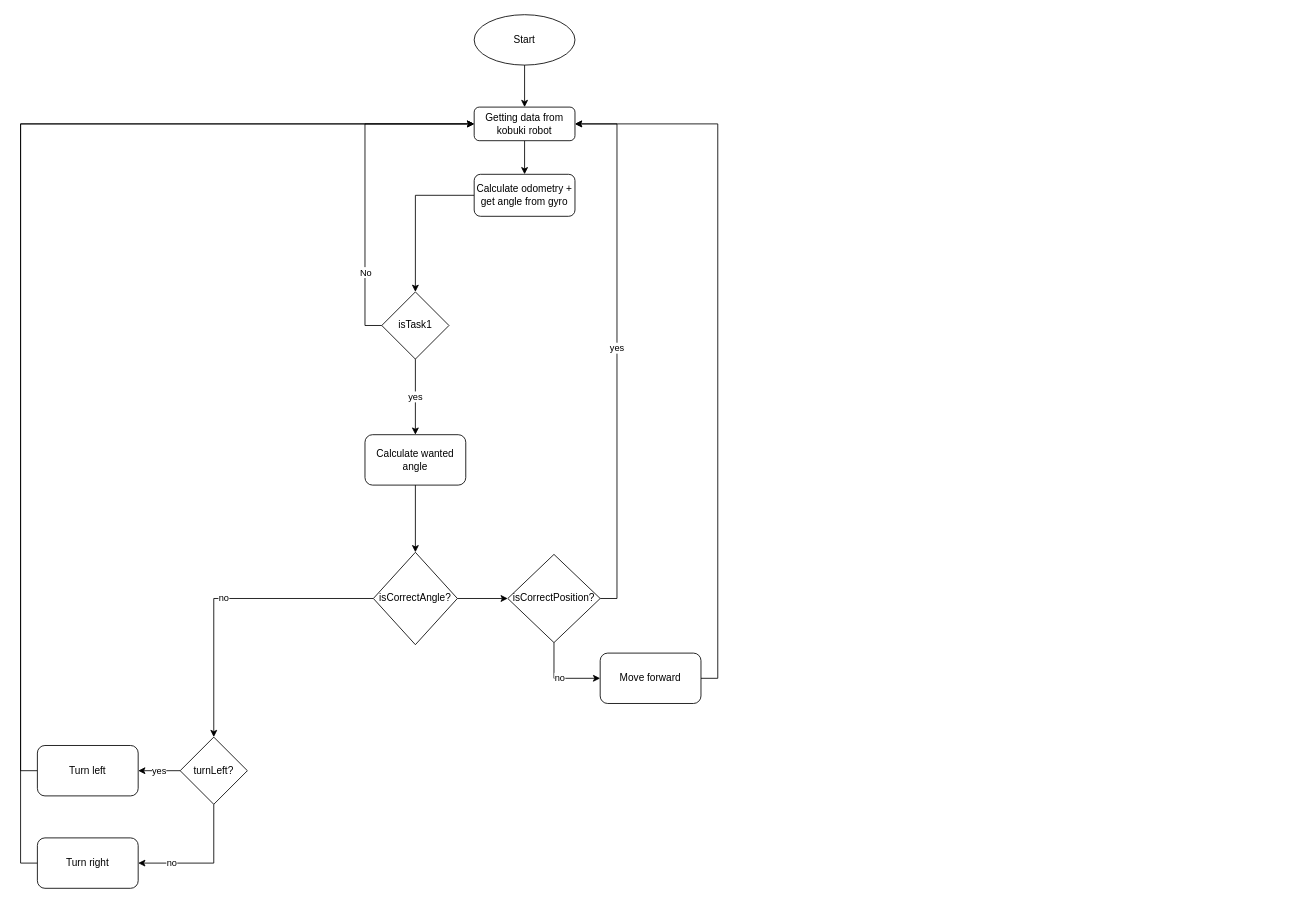
Above: Untitled Diagram.drawio in HasprunLukas/RMR_Hasprun_Kochan (draw.io), before the change. Source tidied: cells renumbered, new cells numbered last; positions are measured from the earlier drawing's top-left corner, leaving out a move shared by most shapes. Both pictures are drawn from the tidied source at 84%, with x=0, y=0 at pixel (37, 14).
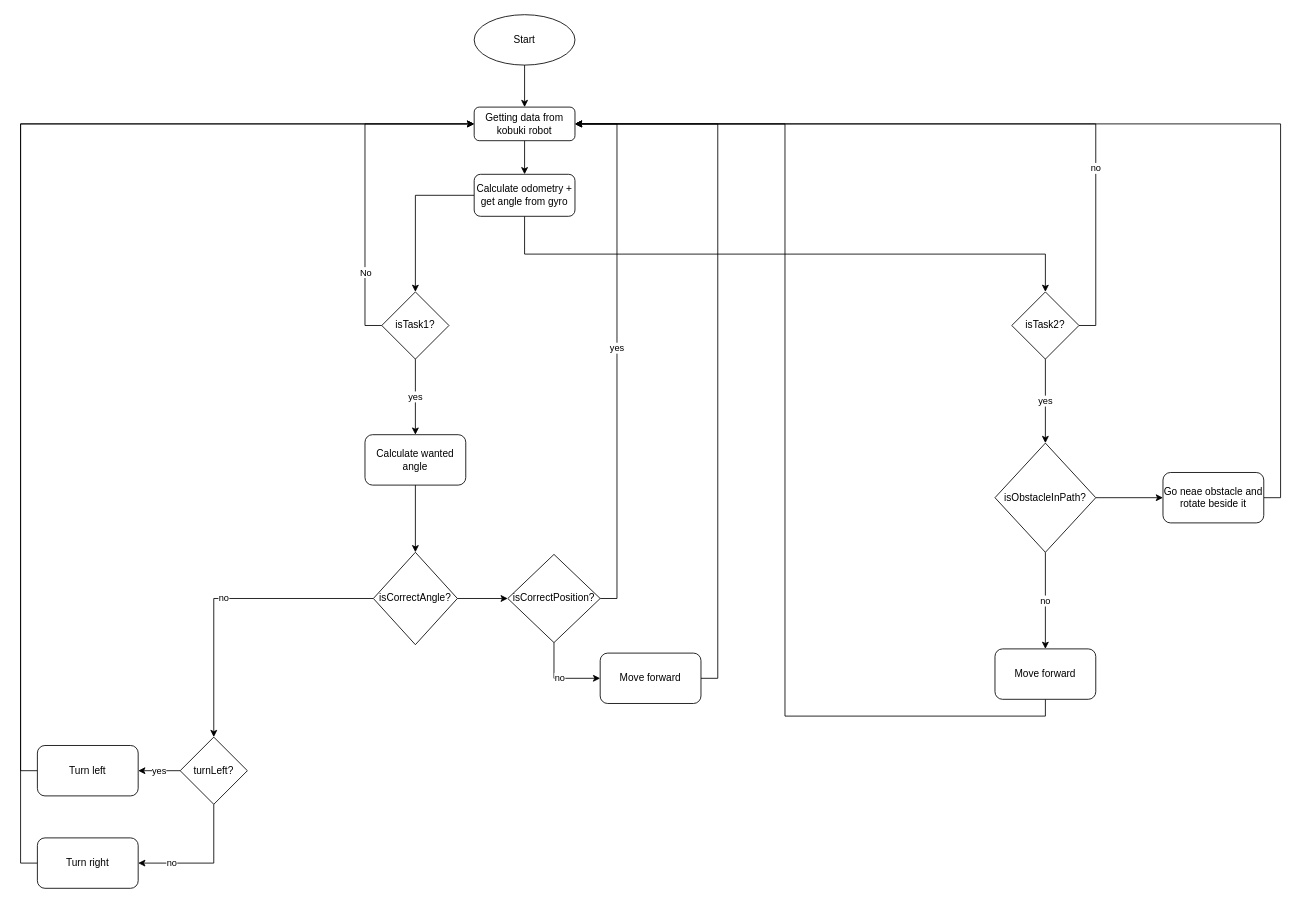
After the change.

Commit message:
Updated UML with task 2

The change refers to these unchanged cells:
```xml
<mxCell id="3" value="Getting data from kobuki robot" style="rounded=1;whiteSpace=wrap;html=1;fontSize=12;glass=0;strokeWidth=1;shadow=0;" parent="1" vertex="1">
  <mxGeometry x="520" y="110" width="120" height="40" as="geometry" />
</mxCell>
<mxCell id="5" value="Calculate odometry + get angle from gyro" style="rounded=1;whiteSpace=wrap;html=1;" parent="1" vertex="1">
  <mxGeometry x="520" y="190" width="120" height="50" as="geometry" />
</mxCell>
```

Diff of the diagram source:
```diff
@@
+    <mxCell id="29" style="edgeStyle=orthogonalEdgeStyle;rounded=0;jettySize=auto;html=1;exitX=0.5;exitY=1;exitDx=0;exitDy=0;entryX=0.5;entryY=0;entryDx=0;entryDy=0;" parent="1" edge="1" source="5" target="32">
+      <mxGeometry relative="1" as="geometry" />
+    </mxCell>
@@
-    <mxCell id="11" value="isTask1" style="rhombus;whiteSpace=wrap;html=1;" parent="1" vertex="1">
+    <mxCell id="11" value="isTask1?" style="rhombus;whiteSpace=wrap;html=1;" parent="1" vertex="1">
       <mxGeometry x="410" y="330" width="80" height="80" as="geometry" />
     </mxCell>
@@
+    <mxCell id="30" value="yes" style="edgeStyle=orthogonalEdgeStyle;rounded=0;jettySize=auto;html=1;" parent="1" edge="1" source="32" target="35">
+      <mxGeometry relative="1" as="geometry" />
+    </mxCell>
+    <mxCell id="31" value="no" style="edgeStyle=orthogonalEdgeStyle;rounded=0;jettySize=auto;html=1;exitX=1;exitY=0.5;exitDx=0;exitDy=0;entryX=1;entryY=0.5;entryDx=0;entryDy=0;" parent="1" edge="1" source="32" target="3">
+      <mxGeometry x="-0.53" relative="1" as="geometry" />
+    </mxCell>
+    <mxCell id="32" value="isTask2?" style="rhombus;whiteSpace=wrap;html=1;" parent="1" vertex="1">
+      <mxGeometry x="1160" y="330" width="80" height="80" as="geometry" />
+    </mxCell>
+    <mxCell id="33" value="no" style="edgeStyle=orthogonalEdgeStyle;rounded=0;jettySize=auto;html=1;" parent="1" edge="1" source="35" target="37">
+      <mxGeometry relative="1" as="geometry" />
+    </mxCell>
+    <mxCell id="34" style="edgeStyle=orthogonalEdgeStyle;rounded=0;jettySize=auto;html=1;" parent="1" edge="1" source="35" target="39">
+      <mxGeometry relative="1" as="geometry" />
+    </mxCell>
+    <mxCell id="35" value="isObstacleInPath?" style="rhombus;whiteSpace=wrap;html=1;" parent="1" vertex="1">
+      <mxGeometry x="1140" y="510" width="120" height="130" as="geometry" />
+    </mxCell>
+    <mxCell id="36" style="edgeStyle=orthogonalEdgeStyle;rounded=0;jettySize=auto;html=1;exitX=0.5;exitY=1;exitDx=0;exitDy=0;entryX=1;entryY=0.5;entryDx=0;entryDy=0;" parent="1" edge="1" source="37" target="3">
+      <mxGeometry relative="1" as="geometry" />
+    </mxCell>
+    <mxCell id="37" value="Move forward" style="rounded=1;whiteSpace=wrap;html=1;" parent="1" vertex="1">
+      <mxGeometry x="1140" y="755" width="120" height="60" as="geometry" />
+    </mxCell>
+    <mxCell id="38" style="edgeStyle=orthogonalEdgeStyle;rounded=0;jettySize=auto;html=1;exitX=1;exitY=0.5;exitDx=0;exitDy=0;entryX=1;entryY=0.5;entryDx=0;entryDy=0;" parent="1" edge="1" source="39" target="3">
+      <mxGeometry relative="1" as="geometry" />
+    </mxCell>
+    <mxCell id="39" value="Go neae obstacle and rotate beside it" style="rounded=1;whiteSpace=wrap;html=1;" parent="1" vertex="1">
+      <mxGeometry x="1340" y="545" width="120" height="60" as="geometry" />
+    </mxCell>
```
